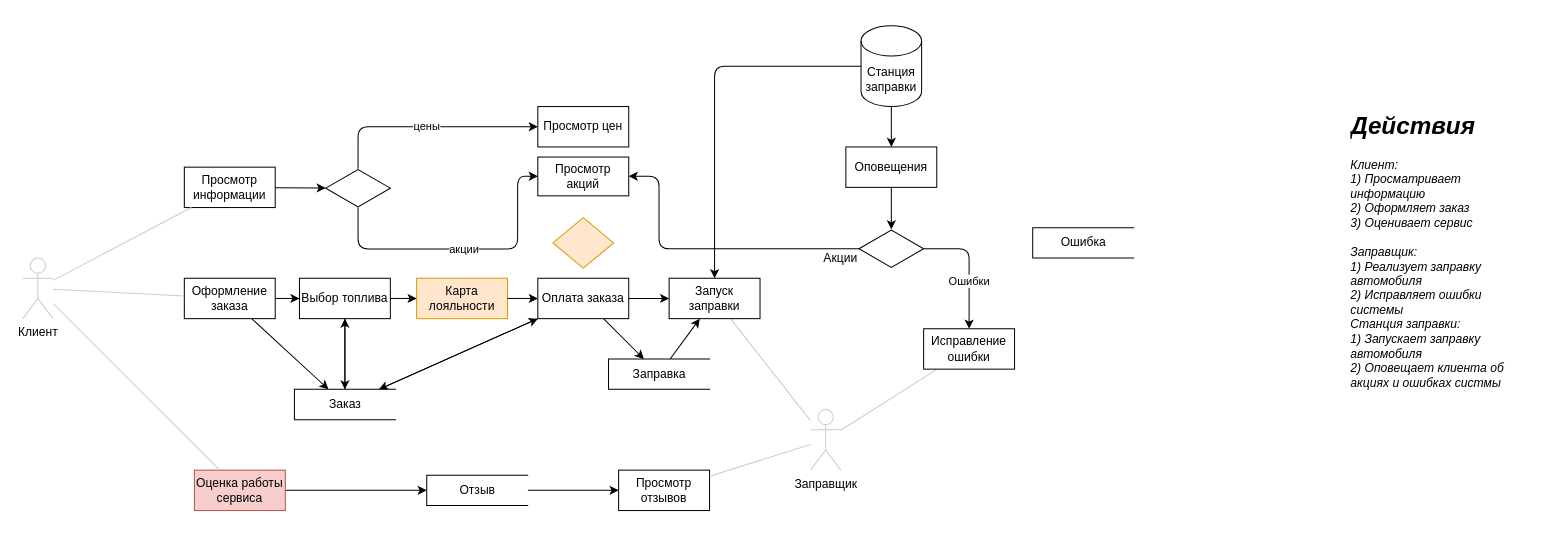
Earlier version of the draw.io diagram DFD IS gas station.drawio (aleksey899/gas-station). Source tidied: cells renumbered, new cells numbered last; positions are measured from the earlier drawing's top-left corner, leaving out a move shared by most shapes. Both pictures are drawn from the tidied source at 101%, with x=0, y=0 at pixel (22, 25).
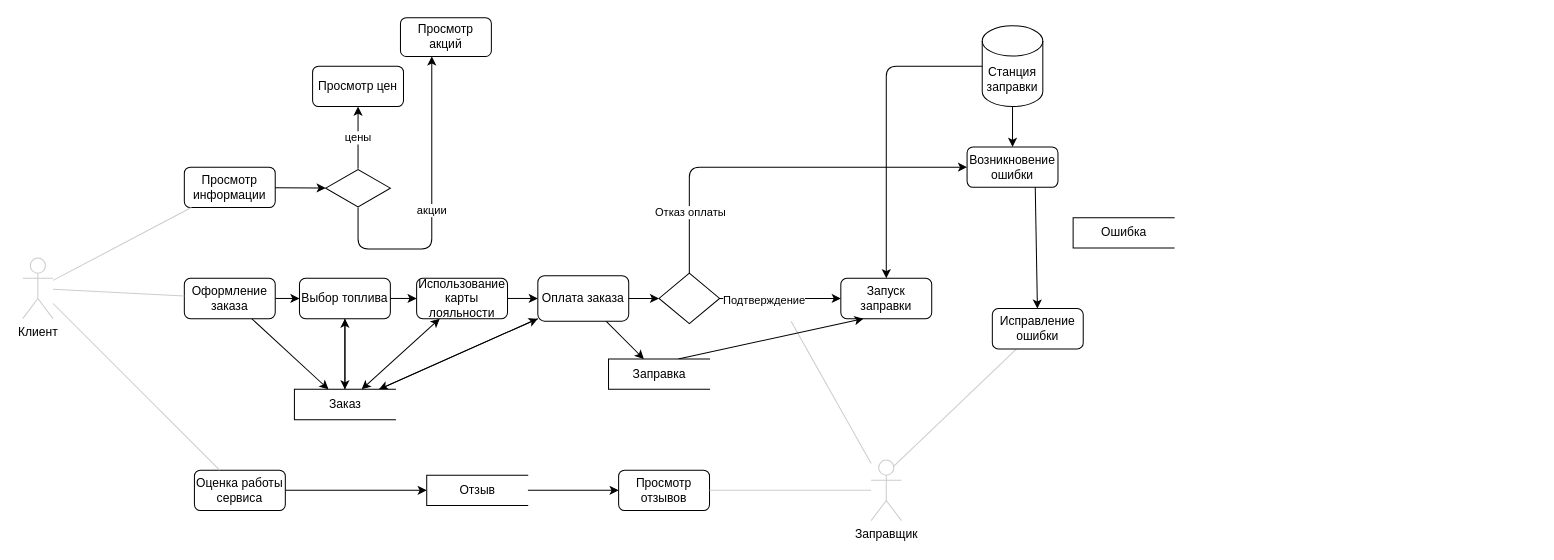
After the change.

What changed in the source:
```diff
@@
-    <mxCell id="2" value="Клиент" style="shape=umlActor;verticalLabelPosition=bottom;verticalAlign=top;html=1;outlineConnect=0;strokeColor=#CCCCCC;" parent="1" vertex="1">
+    <mxCell id="2" value="Клиент" style="shape=umlActor;verticalLabelPosition=bottom;verticalAlign=top;html=1;outlineConnect=0;strokeColor=#CCCCCC;rounded=1;" parent="1" vertex="1">
       <mxGeometry y="230" width="30" height="60" as="geometry" />
     </mxCell>
-    <mxCell id="3" value="Просмотр информации" style="rounded=0;whiteSpace=wrap;html=1;" parent="1" vertex="1">
+    <mxCell id="3" value="Просмотр информации" style="whiteSpace=wrap;html=1;rounded=1;" parent="1" vertex="1">
       <mxGeometry x="160" y="140" width="90" height="40" as="geometry" />
     </mxCell>
@@
-    <mxCell id="5" value="Оценка работы сервиса" style="rounded=0;whiteSpace=wrap;html=1;fillColor=#f8cecc;strokeColor=#b85450;" parent="1" vertex="1">
+    <mxCell id="5" value="Оценка работы сервиса" style="whiteSpace=wrap;html=1;rounded=1;" parent="1" vertex="1">
       <mxGeometry x="170" y="440" width="90" height="40" as="geometry" />
     </mxCell>
@@
-    <mxCell id="7" value="Оформление заказа" style="rounded=0;whiteSpace=wrap;html=1;" parent="1" vertex="1">
+    <mxCell id="7" value="Оформление заказа" style="whiteSpace=wrap;html=1;rounded=1;" parent="1" vertex="1">
       <mxGeometry x="160" y="250" width="90" height="40" as="geometry" />
     </mxCell>
@@
-    <mxCell id="11" value="цены" style="edgeStyle=orthogonalEdgeStyle;rounded=1;jettySize=auto;html=1;" parent="1" edge="1" source="12" target="15">
+    <mxCell id="11" value="цены" style="edgeStyle=orthogonalEdgeStyle;jettySize=auto;html=1;" parent="1" edge="1" source="12" target="15">
       <mxGeometry relative="1" as="geometry">
         <Array as="points">
           <mxPoint x="332" y="100" />
         </Array>
       </mxGeometry>
     </mxCell>
-    <mxCell id="12" style="html=1;whiteSpace=wrap;shape=isoRectangle;" parent="1" vertex="1">
+    <mxCell id="12" style="html=1;whiteSpace=wrap;shape=isoRectangle;rounded=1;sketch=0;shadow=0;" parent="1" vertex="1">
       <mxGeometry x="300" y="141.6" width="64" height="38.4" as="geometry" />
     </mxCell>
@@
-    <mxCell id="14" value="Просмотр акций" style="rounded=0;whiteSpace=wrap;html=1;" parent="1" vertex="1">
-      <mxGeometry x="510" y="130" width="90" height="38.4" as="geometry" />
+    <mxCell id="14" value="Просмотр акций" style="whiteSpace=wrap;html=1;rounded=1;" parent="1" vertex="1">
+      <mxGeometry x="374" y="-8" width="90" height="38.4" as="geometry" />
     </mxCell>
-    <mxCell id="15" value="Просмотр цен" style="rounded=0;whiteSpace=wrap;html=1;" parent="1" vertex="1">
-      <mxGeometry x="510" y="80" width="90" height="40" as="geometry" />
+    <mxCell id="15" value="Просмотр цен" style="whiteSpace=wrap;html=1;rounded=1;" parent="1" vertex="1">
+      <mxGeometry x="287" y="40" width="90" height="40" as="geometry" />
     </mxCell>
     <mxCell id="16" value="акции" style="endArrow=classic;html=1;edgeStyle=orthogonalEdgeStyle;" parent="1" edge="1" source="12" target="14">
       <mxGeometry relative="1" as="geometry">
         <Array as="points">
           <mxPoint x="332" y="221" />
-          <mxPoint x="490" y="221" />
-          <mxPoint x="490" y="149" />
+          <mxPoint x="405" y="221" />
         </Array>
       </mxGeometry>
     </mxCell>
@@
+    <mxCell id="53" style="edgeStyle=orthogonalEdgeStyle;jettySize=auto;html=1;entryX=0;entryY=0.5;entryDx=0;entryDy=0;" parent="1" edge="1" source="19" target="52">
+      <mxGeometry relative="1" as="geometry" />
+    </mxCell>
-    <mxCell id="19" value="Оплата заказа" style="rounded=0;whiteSpace=wrap;html=1;" parent="1" vertex="1">
-      <mxGeometry x="510" y="250" width="90" height="40" as="geometry" />
+    <mxCell id="19" value="Оплата заказа" style="whiteSpace=wrap;html=1;rounded=1;" parent="1" vertex="1">
+      <mxGeometry x="510" y="247.5" width="90" height="45" as="geometry" />
     </mxCell>
-    <mxCell id="20" value="Карта лояльности" style="rounded=0;whiteSpace=wrap;html=1;fillColor=#ffe6cc;strokeColor=#d79b00;" parent="1" vertex="1">
+    <mxCell id="20" value="Использование карты лояльности" style="whiteSpace=wrap;html=1;rounded=1;" parent="1" vertex="1">
       <mxGeometry x="390" y="250" width="90" height="40" as="geometry" />
     </mxCell>
@@
-    <mxCell id="22" value="Выбор топлива" style="rounded=0;whiteSpace=wrap;html=1;" parent="1" vertex="1">
+    <mxCell id="22" value="Выбор топлива" style="whiteSpace=wrap;html=1;rounded=1;" parent="1" vertex="1">
       <mxGeometry x="274" y="250" width="90" height="40" as="geometry" />
     </mxCell>
@@
-    <mxCell id="26" value="Станция заправки" style="shape=cylinder3;whiteSpace=wrap;html=1;boundedLbl=1;backgroundOutline=1;size=15;" parent="1" vertex="1">
-      <mxGeometry x="830" width="60" height="80" as="geometry" />
+    <mxCell id="26" value="Станция заправки" style="shape=cylinder3;whiteSpace=wrap;html=1;boundedLbl=1;backgroundOutline=1;size=15;rounded=1;" parent="1" vertex="1">
+      <mxGeometry x="950" width="60" height="80" as="geometry" />
     </mxCell>
-    <mxCell id="27" style="rounded=1;jettySize=auto;html=1;endArrow=none;endFill=0;strokeColor=#CCCCCC;" parent="1" edge="1" source="29" target="40">
+    <mxCell id="27" style="jettySize=auto;html=1;endArrow=none;endFill=0;strokeColor=#CCCCCC;exitX=0.75;exitY=0.1;exitDx=0;exitDy=0;exitPerimeter=0;" parent="1" edge="1" source="29" target="40">
       <mxGeometry relative="1" as="geometry" />
     </mxCell>
-    <mxCell id="28" style="rounded=1;jettySize=auto;html=1;endArrow=none;endFill=0;strokeColor=#CCCCCC;" parent="1" edge="1" source="29" target="30">
-      <mxGeometry relative="1" as="geometry" />
+    <mxCell id="28" style="jettySize=auto;html=1;endArrow=none;endFill=0;strokeColor=#CCCCCC;" parent="1" edge="1" source="29">
+      <mxGeometry relative="1" as="geometry">
+        <mxPoint x="760.7" y="292.5" as="targetPoint" />
+      </mxGeometry>
     </mxCell>
-    <mxCell id="29" value="Заправщик" style="shape=umlActor;verticalLabelPosition=bottom;verticalAlign=top;html=1;outlineConnect=0;strokeColor=#CCCCCC;" parent="1" vertex="1">
-      <mxGeometry x="780" y="380" width="30" height="60" as="geometry" />
+    <mxCell id="29" value="Заправщик" style="shape=umlActor;verticalLabelPosition=bottom;verticalAlign=top;html=1;outlineConnect=0;strokeColor=#CCCCCC;rounded=1;" parent="1" vertex="1">
+      <mxGeometry x="840" y="430" width="30" height="60" as="geometry" />
     </mxCell>
-    <mxCell id="30" value="Запуск заправки" style="rounded=0;whiteSpace=wrap;html=1;" parent="1" vertex="1">
-      <mxGeometry x="640" y="250" width="90" height="40" as="geometry" />
+    <mxCell id="30" value="Запуск заправки" style="whiteSpace=wrap;html=1;rounded=1;" parent="1" vertex="1">
+      <mxGeometry x="810" y="250" width="90" height="40" as="geometry" />
     </mxCell>
-    <mxCell id="31" style="endArrow=classic;html=1;" parent="1" edge="1" source="19" target="30">
-      <mxGeometry relative="1" as="geometry" />
-    </mxCell>
-    <mxCell id="32" style="endArrow=classic;html=1;edgeStyle=orthogonalEdgeStyle;" parent="1" edge="1" source="26" target="30">
+    <mxCell id="32" style="endArrow=classic;html=1;edgeStyle=orthogonalEdgeStyle;exitX=0;exitY=0.5;exitDx=0;exitDy=0;exitPerimeter=0;entryX=0.5;entryY=0;entryDx=0;entryDy=0;" parent="1" edge="1" source="26" target="30">
       <mxGeometry relative="1" as="geometry" />
     </mxCell>
-    <mxCell id="33" value="Оповещения" style="rounded=0;whiteSpace=wrap;html=1;" parent="1" vertex="1">
-      <mxGeometry x="815" y="120" width="90" height="40" as="geometry" />
+    <mxCell id="33" value="Возникновение ошибки" style="whiteSpace=wrap;html=1;rounded=1;" parent="1" vertex="1">
+      <mxGeometry x="935" y="120" width="90" height="40" as="geometry" />
     </mxCell>
@@
-    <mxCell id="35" value="Ошибки" style="edgeStyle=orthogonalEdgeStyle;rounded=1;jettySize=auto;html=1;" parent="1" edge="1" source="36" target="40">
-      <mxGeometry x="0.24" relative="1" as="geometry">
-        <Array as="points">
-          <mxPoint x="937" y="221" />
-        </Array>
-      </mxGeometry>
-    </mxCell>
-    <mxCell id="36" style="html=1;whiteSpace=wrap;shape=isoRectangle;" parent="1" vertex="1">
-      <mxGeometry x="828" y="201.6" width="64" height="38.4" as="geometry" />
-    </mxCell>
-    <mxCell id="37" style="endArrow=classic;html=1;" parent="1" edge="1" source="33" target="36">
+    <mxCell id="37" style="endArrow=classic;html=1;exitX=0.75;exitY=1;exitDx=0;exitDy=0;" parent="1" edge="1" source="33" target="40">
       <mxGeometry relative="1" as="geometry" />
     </mxCell>
-    <mxCell id="38" style="edgeStyle=orthogonalEdgeStyle;rounded=1;jettySize=auto;html=1;" parent="1" edge="1" source="36" target="14">
-      <mxGeometry relative="1" as="geometry">
-        <Array as="points">
-          <mxPoint x="630" y="221" />
-          <mxPoint x="630" y="149" />
-        </Array>
-      </mxGeometry>
-    </mxCell>
-    <mxCell id="39" value="Акции" style="text;html=1;strokeColor=none;fillColor=none;align=center;verticalAlign=middle;whiteSpace=wrap;rounded=0;" parent="1" vertex="1">
-      <mxGeometry x="790" y="220" width="40" height="20" as="geometry" />
-    </mxCell>
-    <mxCell id="40" value="Исправление ошибки" style="rounded=0;whiteSpace=wrap;html=1;" parent="1" vertex="1">
-      <mxGeometry x="892" y="300" width="90" height="40" as="geometry" />
+    <mxCell id="40" value="Исправление ошибки" style="whiteSpace=wrap;html=1;rounded=1;" parent="1" vertex="1">
+      <mxGeometry x="960" y="280" width="90" height="40" as="geometry" />
     </mxCell>
-    <mxCell id="41" value="&lt;h1&gt;Действия&lt;/h1&gt;&lt;div&gt;Клиент:&lt;/div&gt;&lt;div&gt;1) Просматривает информацию&lt;/div&gt;&lt;div&gt;2) Оформляет заказ&lt;/div&gt;&lt;div&gt;3) Оценивает сервис&lt;/div&gt;&lt;div&gt;&lt;br&gt;&lt;/div&gt;&lt;div&gt;Заправщик:&lt;/div&gt;&lt;div&gt;1) Реализует заправку автомобиля&lt;/div&gt;&lt;div&gt;2) Исправляет ошибки системы&lt;/div&gt;&lt;div&gt;Станция заправки:&lt;/div&gt;&lt;div&gt;1) Запускает заправку автомобиля&lt;/div&gt;&lt;div&gt;2) Оповещает клиента об акциях и ошибках систмы&lt;/div&gt;&lt;div&gt;&lt;br&gt;&lt;/div&gt;&lt;div&gt;&lt;br&gt;&lt;/div&gt;" style="text;html=1;strokeColor=none;fillColor=none;spacing=5;spacingTop=-20;whiteSpace=wrap;overflow=hidden;rounded=0;fontStyle=2;" parent="1" vertex="1">
-      <mxGeometry x="1310" y="80" width="190" height="330" as="geometry" />
-    </mxCell>
@@
-    <mxCell id="43" value="Отзыв" style="html=1;dashed=0;whitespace=wrap;shape=partialRectangle;right=0;strokeColor=#000000;" parent="1" vertex="1">
+    <mxCell id="43" value="Отзыв" style="html=1;dashed=0;whitespace=wrap;shape=partialRectangle;right=0;strokeColor=#000000;rounded=1;" parent="1" vertex="1">
       <mxGeometry x="400" y="445" width="100" height="30" as="geometry" />
     </mxCell>
-    <mxCell id="44" value="Просмотр отзывов" style="rounded=0;whiteSpace=wrap;html=1;" parent="1" vertex="1">
+    <mxCell id="44" value="Просмотр отзывов" style="whiteSpace=wrap;html=1;rounded=1;" parent="1" vertex="1">
       <mxGeometry x="590" y="440" width="90" height="40" as="geometry" />
     </mxCell>
-    <mxCell id="45" style="rounded=1;jettySize=auto;html=1;endArrow=none;endFill=0;strokeColor=#CCCCCC;" parent="1" edge="1" source="29" target="44">
+    <mxCell id="45" style="jettySize=auto;html=1;endArrow=none;endFill=0;strokeColor=#CCCCCC;" parent="1" edge="1" source="29" target="44">
       <mxGeometry relative="1" as="geometry" />
     </mxCell>
@@
-    <mxCell id="48" value="Заказ" style="html=1;dashed=0;whitespace=wrap;shape=partialRectangle;right=0;strokeColor=#000000;" parent="1" vertex="1">
+    <mxCell id="48" value="Заказ" style="html=1;dashed=0;whitespace=wrap;shape=partialRectangle;right=0;strokeColor=#000000;rounded=1;" parent="1" vertex="1">
       <mxGeometry x="269" y="360" width="100" height="30" as="geometry" />
     </mxCell>
-    <mxCell id="49" style="edgeStyle=none;jettySize=auto;html=1;" parent="1" edge="1" source="50" target="30">
+    <mxCell id="49" style="edgeStyle=none;jettySize=auto;html=1;entryX=0.25;entryY=1;entryDx=0;entryDy=0;exitX=0.69;exitY=0;exitDx=0;exitDy=0;exitPerimeter=0;" parent="1" edge="1" source="50" target="30">
       <mxGeometry relative="1" as="geometry" />
     </mxCell>
-    <mxCell id="50" value="Заправка" style="html=1;dashed=0;whitespace=wrap;shape=partialRectangle;right=0;strokeColor=#000000;" parent="1" vertex="1">
+    <mxCell id="50" value="Заправка" style="html=1;dashed=0;whitespace=wrap;shape=partialRectangle;right=0;strokeColor=#000000;rounded=1;" parent="1" vertex="1">
       <mxGeometry x="580" y="330" width="100" height="30" as="geometry" />
     </mxCell>
-    <mxCell id="51" value="Ошибка" style="html=1;dashed=0;whitespace=wrap;shape=partialRectangle;right=0;strokeColor=#000000;" parent="1" vertex="1">
-      <mxGeometry x="1000" y="200" width="100" height="30" as="geometry" />
+    <mxCell id="51" value="Ошибка" style="html=1;dashed=0;whitespace=wrap;shape=partialRectangle;right=0;strokeColor=#000000;rounded=1;" parent="1" vertex="1">
+      <mxGeometry x="1040" y="190" width="100" height="30" as="geometry" />
     </mxCell>
+    <mxCell id="54" style="edgeStyle=orthogonalEdgeStyle;jettySize=auto;html=1;entryX=0;entryY=0.5;entryDx=0;entryDy=0;" parent="1" edge="1" source="52" target="33">
+      <mxGeometry relative="1" as="geometry">
+        <Array as="points">
+          <mxPoint x="660" y="140" />
+        </Array>
+      </mxGeometry>
+    </mxCell>
+    <mxCell id="55" value="Отказ оплаты" style="edgeLabel;html=1;align=center;verticalAlign=middle;" parent="54" vertex="1">
+      <mxGeometry x="-0.68" relative="1" as="geometry" />
+    </mxCell>
-    <mxCell id="52" style="shape=rhombus;html=1;dashed=0;whitespace=wrap;perimeter=rhombusPerimeter;strokeColor=#d79b00;fillColor=#ffe6cc;" parent="1" vertex="1">
-      <mxGeometry x="525" y="190" width="60" height="50" as="geometry" />
+    <mxCell id="52" style="shape=rhombus;html=1;dashed=0;whitespace=wrap;perimeter=rhombusPerimeter;rounded=0;" parent="1" vertex="1">
+      <mxGeometry x="630" y="245" width="60" height="50" as="geometry" />
     </mxCell>
+    <mxCell id="56" style="endArrow=classic;startArrow=classic;html=1;" parent="1" edge="1" source="48" target="20">
+      <mxGeometry relative="1" as="geometry" />
+    </mxCell>
+    <mxCell id="57" style="edgeStyle=orthogonalEdgeStyle;orthogonalLoop=1;jettySize=auto;html=1;exitX=0.5;exitY=1;exitDx=0;exitDy=0;" parent="1" edge="1" source="40" target="40">
+      <mxGeometry relative="1" as="geometry" />
+    </mxCell>
+    <mxCell id="58" style="endArrow=classic;html=1;exitX=1;exitY=0.5;exitDx=0;exitDy=0;entryX=0;entryY=0.5;entryDx=0;entryDy=0;" parent="1" edge="1" source="52" target="30">
+      <mxGeometry relative="1" as="geometry">
+        <Array as="points">
+          <mxPoint x="700" y="270" />
+        </Array>
+      </mxGeometry>
+    </mxCell>
+    <mxCell id="59" value="Подтверждение" style="edgeLabel;html=1;align=center;verticalAlign=middle;" parent="58" vertex="1">
+      <mxGeometry x="-0.28" y="-1" relative="1" as="geometry" />
+    </mxCell>
```
